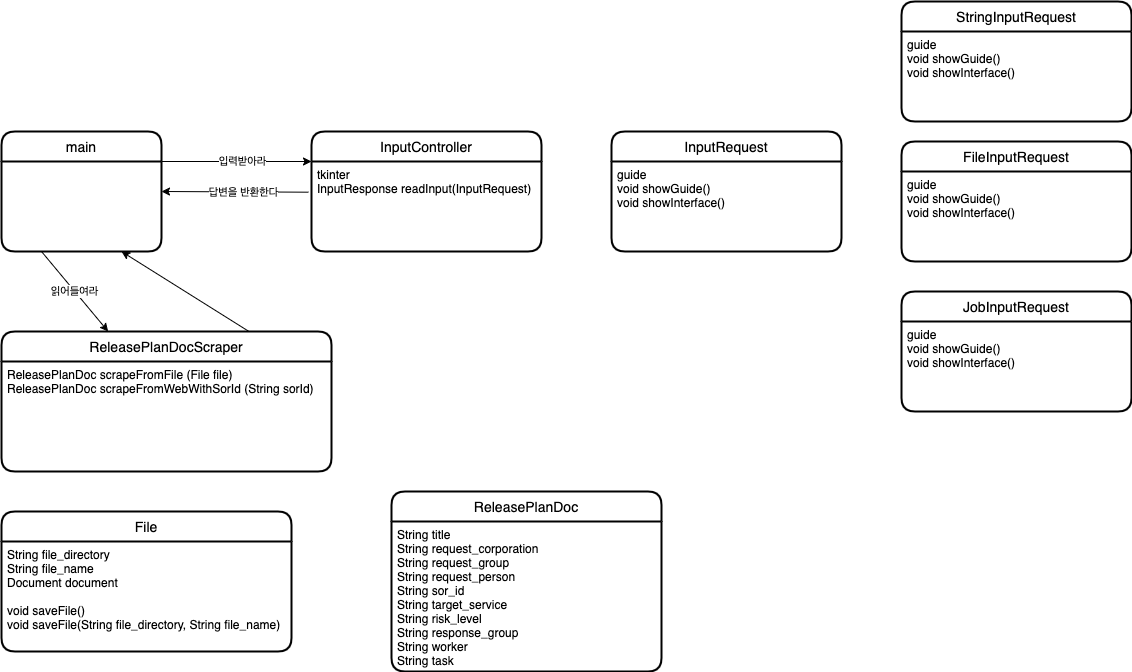
Earlier version of the draw.io export resources/object_diagram.png (yoon-chaejin/release-plan-doc-bot). Source tidied: cells renumbered, new cells last; positions are measured from the earlier drawing's top-left corner, leaving out a move shared by most shapes. Source of this version:
```xml
<mxGraphModel>
  <root>
    <mxCell id="0" />
    <mxCell id="1" parent="0" />
    <mxCell id="2" value="main" style="swimlane;horizontal=1;startSize=30;rounded=1;fontSize=14;fontStyle=0;strokeWidth=2;shadow=0;dashed=0;align=center;" parent="1" vertex="1">
      <mxGeometry y="130" width="160" height="120" as="geometry" />
    </mxCell>
    <mxCell id="3" style="endArrow=classic;html=1;rounded=0;entryX=0;entryY=0;entryDx=0;entryDy=0;exitX=1;exitY=0.25;exitDx=0;exitDy=0;" parent="1" edge="1" source="2" target="6">
      <mxGeometry relative="1" as="geometry" />
    </mxCell>
    <mxCell id="4" value="입력받아라" style="edgeLabel;html=1;align=center;verticalAlign=middle;" parent="3" vertex="1">
      <mxGeometry x="-0.22" relative="1" as="geometry">
        <mxPoint x="22" as="offset" />
      </mxGeometry>
    </mxCell>
    <mxCell id="5" value="InputController" style="swimlane;horizontal=1;startSize=30;rounded=1;fontSize=14;fontStyle=0;strokeWidth=2;shadow=0;dashed=0;align=center;" parent="1" vertex="1">
      <mxGeometry x="310" y="130" width="230" height="120" as="geometry" />
    </mxCell>
    <mxCell id="6" value="tkinter&#10;InputResponse readInput(InputRequest)" style="align=left;strokeColor=none;fillColor=none;spacingLeft=4;fontSize=12;verticalAlign=top;" parent="5" vertex="1">
      <mxGeometry y="30" width="230" height="90" as="geometry" />
    </mxCell>
    <mxCell id="7" style="endArrow=classic;html=1;rounded=0;exitX=-0.013;exitY=0.341;exitDx=0;exitDy=0;entryX=1;entryY=0.5;entryDx=0;entryDy=0;exitPerimeter=0;" parent="1" edge="1" source="6" target="2">
      <mxGeometry relative="1" as="geometry" />
    </mxCell>
    <mxCell id="8" value="답변을 반환한다" style="edgeLabel;html=1;align=center;verticalAlign=middle;" parent="7" vertex="1">
      <mxGeometry x="0.22" y="3" relative="1" as="geometry">
        <mxPoint x="25" y="-3" as="offset" />
      </mxGeometry>
    </mxCell>
    <mxCell id="9" value="File" style="swimlane;horizontal=1;startSize=30;rounded=1;fontSize=14;fontStyle=0;strokeWidth=2;shadow=0;dashed=0;align=center;" parent="1" vertex="1">
      <mxGeometry y="510" width="290" height="140" as="geometry" />
    </mxCell>
    <mxCell id="10" value="String file_directory&#10;String file_name&#10;Document document&#10;&#10;void saveFile()&#10;void saveFile(String file_directory, String file_name)" style="align=left;strokeColor=none;fillColor=none;spacingLeft=4;fontSize=12;verticalAlign=top;" parent="9" vertex="1">
      <mxGeometry y="30" width="290" height="110" as="geometry" />
    </mxCell>
    <mxCell id="11" value="ReleasePlanDoc" style="swimlane;horizontal=1;startSize=30;rounded=1;fontSize=14;fontStyle=0;strokeWidth=2;shadow=0;dashed=0;align=center;" parent="1" vertex="1">
      <mxGeometry x="390" y="490" width="270" height="180" as="geometry" />
    </mxCell>
    <mxCell id="12" value="String title&#10;String request_corporation&#10;String request_group&#10;String request_person&#10;String sor_id&#10;String target_service&#10;String risk_level&#10;String response_group&#10;String worker&#10;String task&#10;&#10;" style="align=left;strokeColor=none;fillColor=none;spacingLeft=4;fontSize=12;verticalAlign=top;" parent="11" vertex="1">
      <mxGeometry y="30" width="270" height="150" as="geometry" />
    </mxCell>
    <mxCell id="13" value="InputRequest" style="swimlane;horizontal=1;startSize=30;rounded=1;fontSize=14;fontStyle=0;strokeWidth=2;shadow=0;dashed=0;align=center;" parent="1" vertex="1">
      <mxGeometry x="610" y="130" width="230" height="120" as="geometry" />
    </mxCell>
    <mxCell id="14" value="guide&#10;void showGuide()&#10;void showInterface()" style="align=left;strokeColor=none;fillColor=none;spacingLeft=4;fontSize=12;verticalAlign=top;" parent="13" vertex="1">
      <mxGeometry y="30" width="230" height="90" as="geometry" />
    </mxCell>
    <mxCell id="15" value="ReleasePlanDocScraper" style="swimlane;horizontal=1;startSize=30;rounded=1;fontSize=14;fontStyle=0;strokeWidth=2;shadow=0;dashed=0;align=center;" parent="1" vertex="1">
      <mxGeometry y="330" width="330" height="140" as="geometry" />
    </mxCell>
    <mxCell id="16" value="ReleasePlanDoc scrapeFromFile (File file)&#10;ReleasePlanDoc scrapeFromWebWithSorId (String sorId)" style="align=left;strokeColor=none;fillColor=none;spacingLeft=4;fontSize=12;verticalAlign=top;" parent="15" vertex="1">
      <mxGeometry y="30" width="330" height="110" as="geometry" />
    </mxCell>
    <mxCell id="17" value="StringInputRequest" style="swimlane;horizontal=1;startSize=30;rounded=1;fontSize=14;fontStyle=0;strokeWidth=2;shadow=0;dashed=0;align=center;" parent="1" vertex="1">
      <mxGeometry x="900" width="230" height="120" as="geometry" />
    </mxCell>
    <mxCell id="18" value="guide&#10;void showGuide()&#10;void showInterface()" style="align=left;strokeColor=none;fillColor=none;spacingLeft=4;fontSize=12;verticalAlign=top;" parent="17" vertex="1">
      <mxGeometry y="30" width="230" height="90" as="geometry" />
    </mxCell>
    <mxCell id="19" value="FileInputRequest" style="swimlane;horizontal=1;startSize=30;rounded=1;fontSize=14;fontStyle=0;strokeWidth=2;shadow=0;dashed=0;align=center;" parent="1" vertex="1">
      <mxGeometry x="900" y="140" width="230" height="120" as="geometry" />
    </mxCell>
    <mxCell id="20" value="guide&#10;void showGuide()&#10;void showInterface()" style="align=left;strokeColor=none;fillColor=none;spacingLeft=4;fontSize=12;verticalAlign=top;" parent="19" vertex="1">
      <mxGeometry y="30" width="230" height="90" as="geometry" />
    </mxCell>
    <mxCell id="21" value="JobInputRequest" style="swimlane;horizontal=1;startSize=30;rounded=1;fontSize=14;fontStyle=0;strokeWidth=2;shadow=0;dashed=0;align=center;" parent="1" vertex="1">
      <mxGeometry x="900" y="290" width="230" height="120" as="geometry" />
    </mxCell>
    <mxCell id="22" value="guide&#10;void showGuide()&#10;void showInterface()" style="align=left;strokeColor=none;fillColor=none;spacingLeft=4;fontSize=12;verticalAlign=top;" parent="21" vertex="1">
      <mxGeometry y="30" width="230" height="90" as="geometry" />
    </mxCell>
    <mxCell id="23" value="읽어들여라" style="endArrow=classic;html=1;rounded=0;exitX=0.25;exitY=1;exitDx=0;exitDy=0;" parent="1" edge="1" source="2" target="15">
      <mxGeometry relative="1" as="geometry" />
    </mxCell>
    <mxCell id="24" style="endArrow=classic;html=1;rounded=0;entryX=0.75;entryY=1;entryDx=0;entryDy=0;exitX=0.75;exitY=0;exitDx=0;exitDy=0;" parent="1" edge="1" source="15" target="2">
      <mxGeometry relative="1" as="geometry" />
    </mxCell>
  </root>
</mxGraphModel>
```
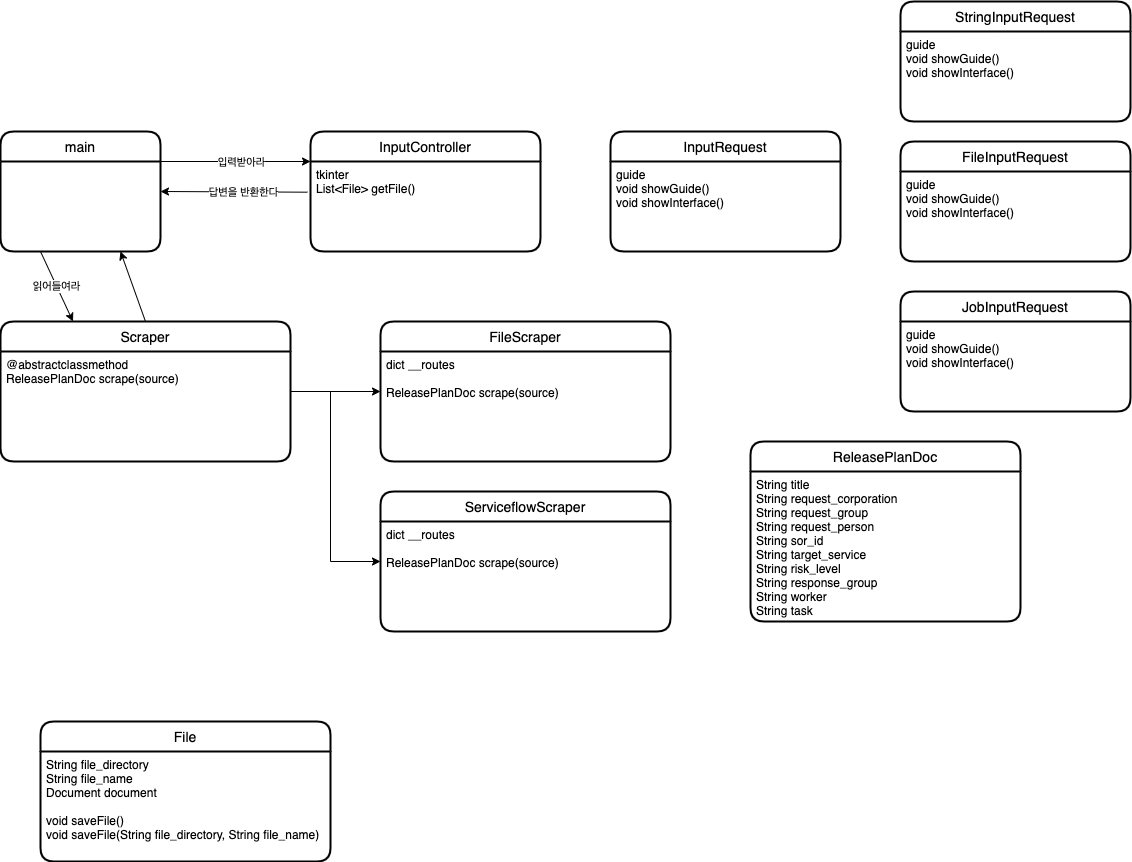
Above is the later version.

Commit message:
📝update object diagram

The edit, as a diff of the source:
```diff
@@ -16,7 +16,7 @@
     <mxCell id="5" value="InputController" style="swimlane;horizontal=1;startSize=30;rounded=1;fontSize=14;fontStyle=0;strokeWidth=2;shadow=0;dashed=0;align=center;" parent="1" vertex="1">
       <mxGeometry x="310" y="130" width="230" height="120" as="geometry" />
     </mxCell>
-    <mxCell id="6" value="tkinter&#10;InputResponse readInput(InputRequest)" style="align=left;strokeColor=none;fillColor=none;spacingLeft=4;fontSize=12;verticalAlign=top;" parent="5" vertex="1">
+    <mxCell id="6" value="tkinter&#10;List&lt;File&gt; getFile()" style="align=left;strokeColor=none;fillColor=none;spacingLeft=4;fontSize=12;verticalAlign=top;" parent="5" vertex="1">
       <mxGeometry y="30" width="230" height="90" as="geometry" />
     </mxCell>
     <mxCell id="7" style="endArrow=classic;html=1;rounded=0;exitX=-0.013;exitY=0.341;exitDx=0;exitDy=0;entryX=1;entryY=0.5;entryDx=0;entryDy=0;exitPerimeter=0;" parent="1" edge="1" source="6" target="2">
@@ -28,13 +28,13 @@
       </mxGeometry>
     </mxCell>
     <mxCell id="9" value="File" style="swimlane;horizontal=1;startSize=30;rounded=1;fontSize=14;fontStyle=0;strokeWidth=2;shadow=0;dashed=0;align=center;" parent="1" vertex="1">
-      <mxGeometry y="510" width="290" height="140" as="geometry" />
+      <mxGeometry x="40" y="720" width="290" height="140" as="geometry" />
     </mxCell>
     <mxCell id="10" value="String file_directory&#10;String file_name&#10;Document document&#10;&#10;void saveFile()&#10;void saveFile(String file_directory, String file_name)" style="align=left;strokeColor=none;fillColor=none;spacingLeft=4;fontSize=12;verticalAlign=top;" parent="9" vertex="1">
       <mxGeometry y="30" width="290" height="110" as="geometry" />
     </mxCell>
     <mxCell id="11" value="ReleasePlanDoc" style="swimlane;horizontal=1;startSize=30;rounded=1;fontSize=14;fontStyle=0;strokeWidth=2;shadow=0;dashed=0;align=center;" parent="1" vertex="1">
-      <mxGeometry x="390" y="490" width="270" height="180" as="geometry" />
+      <mxGeometry x="750" y="440" width="270" height="180" as="geometry" />
     </mxCell>
     <mxCell id="12" value="String title&#10;String request_corporation&#10;String request_group&#10;String request_person&#10;String sor_id&#10;String target_service&#10;String risk_level&#10;String response_group&#10;String worker&#10;String task&#10;&#10;" style="align=left;strokeColor=none;fillColor=none;spacingLeft=4;fontSize=12;verticalAlign=top;" parent="11" vertex="1">
       <mxGeometry y="30" width="270" height="150" as="geometry" />
@@ -45,12 +45,6 @@
     <mxCell id="14" value="guide&#10;void showGuide()&#10;void showInterface()" style="align=left;strokeColor=none;fillColor=none;spacingLeft=4;fontSize=12;verticalAlign=top;" parent="13" vertex="1">
       <mxGeometry y="30" width="230" height="90" as="geometry" />
     </mxCell>
-    <mxCell id="15" value="ReleasePlanDocScraper" style="swimlane;horizontal=1;startSize=30;rounded=1;fontSize=14;fontStyle=0;strokeWidth=2;shadow=0;dashed=0;align=center;" parent="1" vertex="1">
-      <mxGeometry y="330" width="330" height="140" as="geometry" />
-    </mxCell>
-    <mxCell id="16" value="ReleasePlanDoc scrapeFromFile (File file)&#10;ReleasePlanDoc scrapeFromWebWithSorId (String sorId)" style="align=left;strokeColor=none;fillColor=none;spacingLeft=4;fontSize=12;verticalAlign=top;" parent="15" vertex="1">
-      <mxGeometry y="30" width="330" height="110" as="geometry" />
-    </mxCell>
     <mxCell id="17" value="StringInputRequest" style="swimlane;horizontal=1;startSize=30;rounded=1;fontSize=14;fontStyle=0;strokeWidth=2;shadow=0;dashed=0;align=center;" parent="1" vertex="1">
       <mxGeometry x="900" width="230" height="120" as="geometry" />
     </mxCell>
@@ -69,11 +63,40 @@
     <mxCell id="22" value="guide&#10;void showGuide()&#10;void showInterface()" style="align=left;strokeColor=none;fillColor=none;spacingLeft=4;fontSize=12;verticalAlign=top;" parent="21" vertex="1">
       <mxGeometry y="30" width="230" height="90" as="geometry" />
     </mxCell>
-    <mxCell id="23" value="읽어들여라" style="endArrow=classic;html=1;rounded=0;exitX=0.25;exitY=1;exitDx=0;exitDy=0;" parent="1" edge="1" source="2" target="15">
+    <mxCell id="23" value="읽어들여라" style="endArrow=classic;html=1;rounded=0;exitX=0.25;exitY=1;exitDx=0;exitDy=0;entryX=0.25;entryY=0;entryDx=0;entryDy=0;" parent="1" edge="1" source="2" target="27">
       <mxGeometry relative="1" as="geometry" />
     </mxCell>
-    <mxCell id="24" style="endArrow=classic;html=1;rounded=0;entryX=0.75;entryY=1;entryDx=0;entryDy=0;exitX=0.75;exitY=0;exitDx=0;exitDy=0;" parent="1" edge="1" source="15" target="2">
+    <mxCell id="24" style="endArrow=classic;html=1;rounded=0;entryX=0.75;entryY=1;entryDx=0;entryDy=0;exitX=0.5;exitY=0;exitDx=0;exitDy=0;" parent="1" edge="1" source="27" target="2">
       <mxGeometry relative="1" as="geometry" />
     </mxCell>
+    <mxCell id="25" style="edgeStyle=orthogonalEdgeStyle;rounded=0;jettySize=auto;html=1;" parent="1" edge="1" source="27" target="29">
+      <mxGeometry relative="1" as="geometry" />
+    </mxCell>
+    <mxCell id="26" style="edgeStyle=orthogonalEdgeStyle;rounded=0;jettySize=auto;html=1;" parent="1" edge="1" source="27" target="31">
+      <mxGeometry relative="1" as="geometry">
+        <Array as="points">
+          <mxPoint x="330" y="390" />
+          <mxPoint x="330" y="560" />
+        </Array>
+      </mxGeometry>
+    </mxCell>
+    <mxCell id="27" value="Scraper" style="swimlane;horizontal=1;startSize=30;rounded=1;fontSize=14;fontStyle=0;strokeWidth=2;shadow=0;dashed=0;align=center;" parent="1" vertex="1">
+      <mxGeometry y="320" width="290" height="140" as="geometry" />
+    </mxCell>
+    <mxCell id="28" value="@abstractclassmethod&#10;ReleasePlanDoc scrape(source)" style="align=left;strokeColor=none;fillColor=none;spacingLeft=4;fontSize=12;verticalAlign=top;" parent="27" vertex="1">
+      <mxGeometry y="30" width="290" height="110" as="geometry" />
+    </mxCell>
+    <mxCell id="29" value="FileScraper" style="swimlane;horizontal=1;startSize=30;rounded=1;fontSize=14;fontStyle=0;strokeWidth=2;shadow=0;dashed=0;align=center;" parent="1" vertex="1">
+      <mxGeometry x="380" y="320" width="290" height="140" as="geometry" />
+    </mxCell>
+    <mxCell id="30" value="dict __routes&#10;&#10;ReleasePlanDoc scrape(source)" style="align=left;strokeColor=none;fillColor=none;spacingLeft=4;fontSize=12;verticalAlign=top;" parent="29" vertex="1">
+      <mxGeometry y="30" width="290" height="110" as="geometry" />
+    </mxCell>
+    <mxCell id="31" value="ServiceflowScraper" style="swimlane;horizontal=1;startSize=30;rounded=1;fontSize=14;fontStyle=0;strokeWidth=2;shadow=0;dashed=0;align=center;" parent="1" vertex="1">
+      <mxGeometry x="380" y="490" width="290" height="140" as="geometry" />
+    </mxCell>
+    <mxCell id="32" value="dict __routes&#10;&#10;ReleasePlanDoc scrape(source)" style="align=left;strokeColor=none;fillColor=none;spacingLeft=4;fontSize=12;verticalAlign=top;" parent="31" vertex="1">
+      <mxGeometry y="30" width="290" height="110" as="geometry" />
+    </mxCell>
   </root>
 </mxGraphModel>
```
